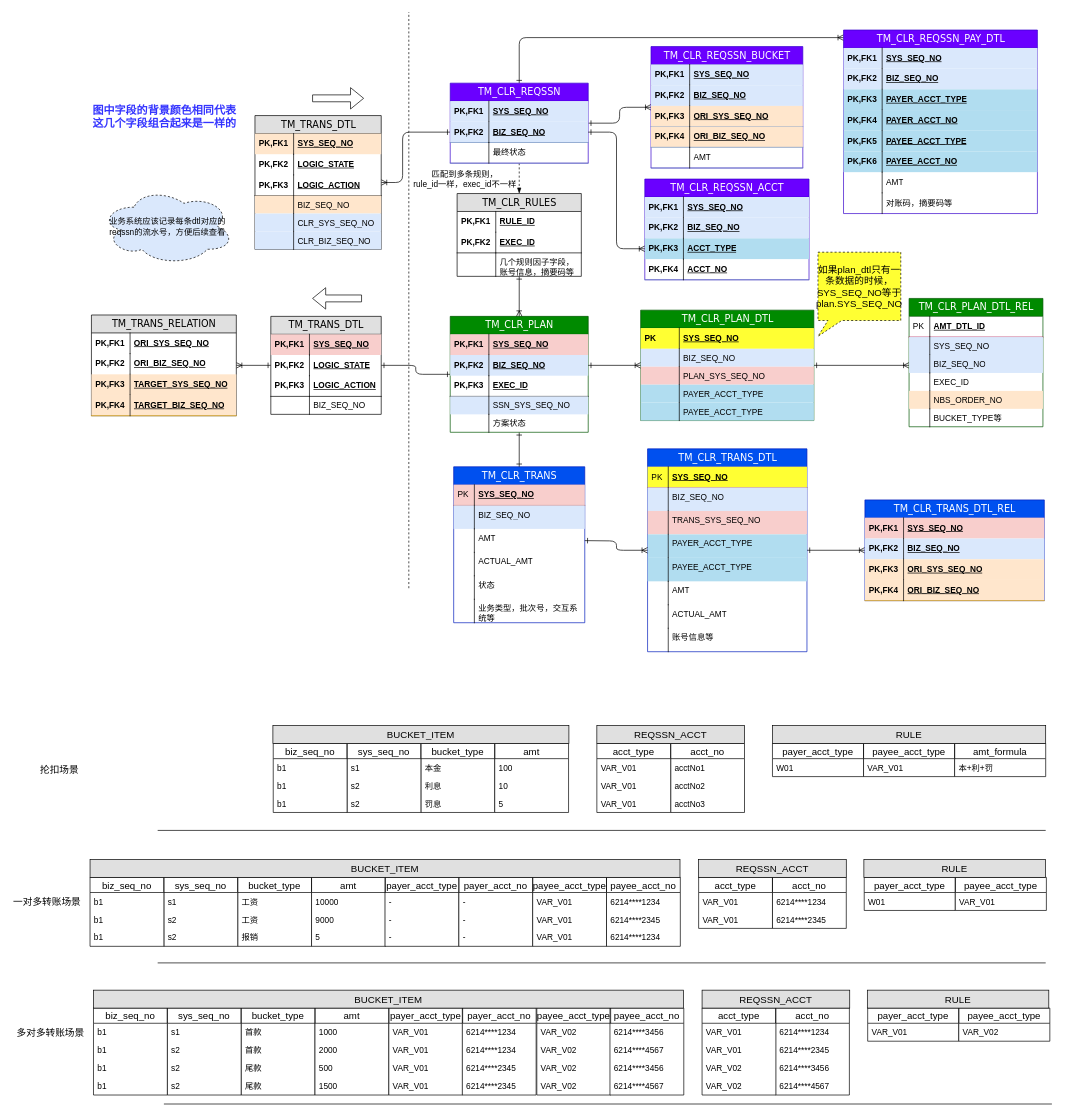
staconfree/design keeps this draw.io diagram as 清算引擎数据结构图.drawio. Above is the earlier version. Source tidied: cells renumbered, new cells numbered last; positions are measured from the earlier drawing's top-left corner, leaving out a move shared by most shapes. Both pictures are drawn from the tidied source at 69%, with x=0, y=0 at pixel (11, 12).
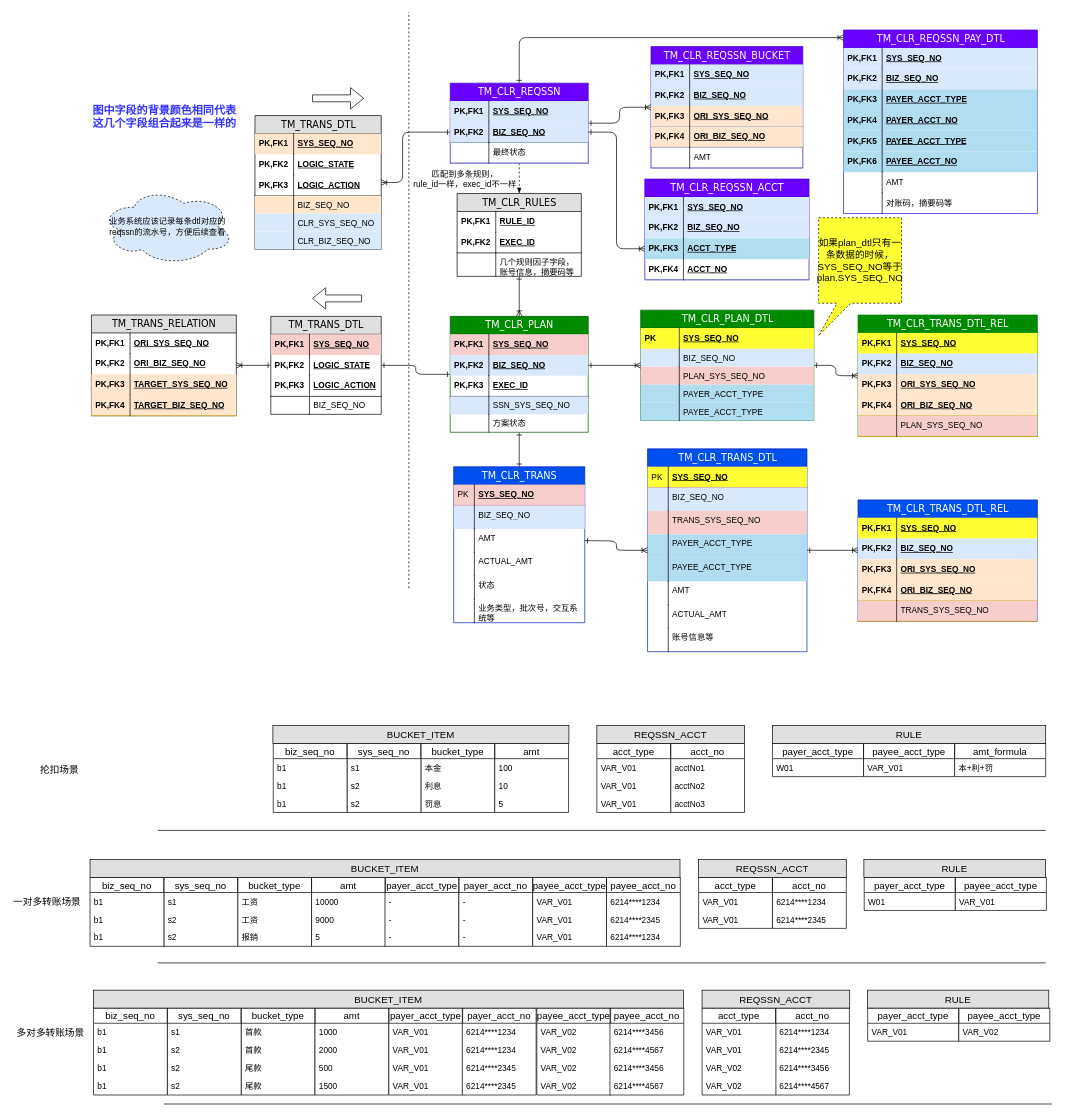
The same page after the edit.

Commit message (it also covers changes not shown here):
更新清算引擎数据结构图.drawio

Unchanged cells that the change refers to:
```xml
<mxCell id="129" value="TM_CLR_PLAN_DTL" style="swimlane;html=1;fontStyle=0;horizontal=1;startSize=26;fillColor=#008a00;swimlaneFillColor=#ffffff;align=center;rounded=0;shadow=0;comic=0;labelBackgroundColor=none;strokeColor=#005700;strokeWidth=1;fontFamily=Verdana;fontSize=14;fontColor=#ffffff;" parent="1" vertex="1">
  <mxGeometry x="912" y="432" width="251" height="160" as="geometry" />
</mxCell>
```

The edit, as a diff of the source:
```diff
@@
-    <mxCell id="42" style="edgeStyle=orthogonalEdgeStyle;rounded=1;jettySize=auto;html=1;startArrow=ERone;startFill=0;endArrow=ERoneToMany;endFill=0;" parent="1" edge="1" source="129" target="106">
-      <mxGeometry relative="1" as="geometry">
-        <Array as="points">
-          <mxPoint x="977" y="508" />
-        </Array>
-      </mxGeometry>
+    <mxCell id="42" style="edgeStyle=orthogonalEdgeStyle;rounded=1;jettySize=auto;html=1;startArrow=ERone;startFill=0;endArrow=ERoneToMany;endFill=0;" parent="1" edge="1" source="129" target="321">
+      <mxGeometry relative="1" as="geometry" />
     </mxCell>
@@
     <mxCell id="97" value="&lt;div&gt;TM_CLR_TRANS_DTL_REL&lt;/div&gt;" style="swimlane;html=1;fontStyle=0;horizontal=1;startSize=26;fillColor=#0050ef;swimlaneFillColor=#ffffff;align=center;rounded=0;shadow=0;comic=0;labelBackgroundColor=none;strokeColor=#001DBC;strokeWidth=1;fontFamily=Verdana;fontSize=14;fontColor=#ffffff;" parent="1" vertex="1">
-      <mxGeometry x="1237" y="707" width="260" height="146" as="geometry" />
+      <mxGeometry x="1227" y="707" width="260" height="176" as="geometry" />
     </mxCell>
-    <mxCell id="98" value="SYS_SEQ_NO" style="shape=partialRectangle;top=0;left=0;right=0;bottom=0;html=1;align=left;verticalAlign=middle;fillColor=#F8CECC;spacingLeft=60;spacingRight=4;whiteSpace=wrap;overflow=hidden;fontStyle=5;strokeColor=#b85450;" parent="97" vertex="1">
+    <mxCell id="98" value="SYS_SEQ_NO" style="shape=partialRectangle;top=0;left=0;right=0;bottom=0;html=1;align=left;verticalAlign=middle;fillColor=#FFFF33;spacingLeft=60;spacingRight=4;whiteSpace=wrap;overflow=hidden;fontStyle=5;strokeColor=#b85450;" parent="97" vertex="1">
       <mxGeometry y="26" width="260" height="30" as="geometry" />
     </mxCell>
@@
-    <mxCell id="106" value="TM_CLR_PLAN_DTL_REL" style="swimlane;html=1;fontStyle=0;horizontal=1;startSize=26;fillColor=#008a00;swimlaneFillColor=#ffffff;align=center;rounded=0;shadow=0;comic=0;labelBackgroundColor=none;strokeColor=#005700;strokeWidth=1;fontFamily=Verdana;fontSize=14;swimlaneLine=1;fontColor=#ffffff;" parent="1" vertex="1">
-      <mxGeometry x="1301" y="415" width="194" height="186" as="geometry" />
-    </mxCell>
-    <mxCell id="107" value="AMT_DTL_ID" style="shape=partialRectangle;top=0;left=0;right=0;bottom=1;html=1;align=left;verticalAlign=middle;fillColor=none;spacingLeft=34;spacingRight=4;whiteSpace=wrap;overflow=hidden;fontStyle=5;strokeColor=#A50040;fontColor=#000000;" parent="106" vertex="1">
-      <mxGeometry y="26" width="194" height="30" as="geometry" />
-    </mxCell>
-    <mxCell id="108" value="PK" style="shape=partialRectangle;top=0;left=0;bottom=0;html=1;fillColor=none;align=left;verticalAlign=middle;spacingLeft=4;spacingRight=4;whiteSpace=wrap;overflow=hidden;" parent="107" vertex="1">
-      <mxGeometry width="30" height="30" as="geometry" />
-    </mxCell>
-    <mxCell id="109" value="SYS_SEQ_NO" style="shape=partialRectangle;top=0;left=0;right=0;bottom=0;html=1;align=left;verticalAlign=top;fillColor=#DAE8FC;spacingLeft=34;spacingRight=4;whiteSpace=wrap;overflow=hidden;" parent="106" vertex="1">
-      <mxGeometry y="56" width="194" height="26" as="geometry" />
-    </mxCell>
-    <mxCell id="110" style="shape=partialRectangle;top=0;left=0;bottom=0;html=1;fillColor=none;align=left;verticalAlign=top;spacingLeft=4;spacingRight=4;whiteSpace=wrap;overflow=hidden;" parent="109" vertex="1">
-      <mxGeometry width="30" height="26" as="geometry" />
-    </mxCell>
-    <mxCell id="111" value="BIZ_SEQ_NO" style="shape=partialRectangle;top=0;left=0;right=0;bottom=0;html=1;align=left;verticalAlign=top;fillColor=#DAE8FC;spacingLeft=34;spacingRight=4;whiteSpace=wrap;overflow=hidden;" parent="106" vertex="1">
-      <mxGeometry y="82" width="194" height="26" as="geometry" />
-    </mxCell>
-    <mxCell id="112" style="shape=partialRectangle;top=0;left=0;bottom=0;html=1;fillColor=none;align=left;verticalAlign=top;spacingLeft=4;spacingRight=4;whiteSpace=wrap;overflow=hidden;" parent="111" vertex="1">
-      <mxGeometry width="30" height="26" as="geometry" />
-    </mxCell>
-    <mxCell id="113" value="EXEC_ID" style="shape=partialRectangle;top=0;left=0;right=0;bottom=0;html=1;align=left;verticalAlign=top;fillColor=none;spacingLeft=34;spacingRight=4;whiteSpace=wrap;overflow=hidden;" parent="106" vertex="1">
-      <mxGeometry y="108" width="194" height="26" as="geometry" />
-    </mxCell>
-    <mxCell id="114" style="shape=partialRectangle;top=0;left=0;bottom=0;html=1;fillColor=none;align=left;verticalAlign=top;spacingLeft=4;spacingRight=4;whiteSpace=wrap;overflow=hidden;" parent="113" vertex="1">
-      <mxGeometry width="30" height="26" as="geometry" />
-    </mxCell>
-    <mxCell id="115" value="NBS_ORDER_NO" style="shape=partialRectangle;top=0;left=0;right=0;bottom=0;html=1;align=left;verticalAlign=top;fillColor=#FFE6CC;spacingLeft=34;spacingRight=4;whiteSpace=wrap;overflow=hidden;fontColor=#000000;" parent="106" vertex="1">
-      <mxGeometry y="134" width="194" height="26" as="geometry" />
-    </mxCell>
-    <mxCell id="116" style="shape=partialRectangle;top=0;left=0;bottom=0;html=1;fillColor=none;align=left;verticalAlign=top;spacingLeft=4;spacingRight=4;whiteSpace=wrap;overflow=hidden;" parent="115" vertex="1">
-      <mxGeometry width="30" height="26" as="geometry" />
-    </mxCell>
-    <mxCell id="117" value="BUCKET_TYPE等" style="shape=partialRectangle;top=0;left=0;right=0;bottom=0;html=1;align=left;verticalAlign=top;fillColor=none;spacingLeft=34;spacingRight=4;whiteSpace=wrap;overflow=hidden;" parent="106" vertex="1">
-      <mxGeometry y="160" width="194" height="26" as="geometry" />
-    </mxCell>
-    <mxCell id="118" style="shape=partialRectangle;top=0;left=0;bottom=0;html=1;fillColor=none;align=left;verticalAlign=top;spacingLeft=4;spacingRight=4;whiteSpace=wrap;overflow=hidden;" parent="117" vertex="1">
-      <mxGeometry width="30" height="26" as="geometry" />
-    </mxCell>
+    <mxCell id="319" value="&lt;div&gt;TRANS_SYS_SEQ_NO&lt;/div&gt;" style="shape=partialRectangle;top=0;left=0;right=0;bottom=1;html=1;align=left;verticalAlign=middle;fillColor=#F8CECC;spacingLeft=60;spacingRight=4;whiteSpace=wrap;overflow=hidden;fontStyle=0;strokeColor=#d79b00;" parent="97" vertex="1">
+      <mxGeometry y="146" width="260" height="30" as="geometry" />
+    </mxCell>
+    <mxCell id="320" style="shape=partialRectangle;fontStyle=1;top=0;left=0;bottom=0;html=1;fillColor=none;align=left;verticalAlign=middle;spacingLeft=4;spacingRight=4;whiteSpace=wrap;overflow=hidden;" parent="319" vertex="1">
+      <mxGeometry width="56" height="30" as="geometry" />
+    </mxCell>
@@
-    <mxCell id="318" value="如果plan_dtl只有一条数据的时候，SYS_SEQ_NO等于plan.SYS_SEQ_NO" style="shape=callout;whiteSpace=wrap;html=1;perimeter=calloutPerimeter;fillColor=#FFFF33;fontSize=14;size=23;position=0.12;position2=0;dashed=1;" parent="1" vertex="1">
-      <mxGeometry x="1169" y="348" width="120" height="122" as="geometry" />
+    <mxCell id="318" value="如果plan_dtl只有一条数据的时候，SYS_SEQ_NO等于plan.SYS_SEQ_NO" style="shape=callout;whiteSpace=wrap;html=1;perimeter=calloutPerimeter;fillColor=#FFFF33;fontSize=14;size=47;position=0.22;position2=0;dashed=1;" parent="1" vertex="1">
+      <mxGeometry x="1170" y="298" width="120" height="171" as="geometry" />
     </mxCell>
+    <mxCell id="321" value="&lt;div&gt;TM_CLR_TRANS_DTL_REL&lt;/div&gt;" style="swimlane;html=1;fontStyle=0;horizontal=1;startSize=26;fillColor=#008A00;swimlaneFillColor=#ffffff;align=center;rounded=0;shadow=0;comic=0;labelBackgroundColor=none;strokeColor=#008A00;strokeWidth=1;fontFamily=Verdana;fontSize=14;fontColor=#ffffff;" parent="1" vertex="1">
+      <mxGeometry x="1227" y="439" width="260" height="176" as="geometry" />
+    </mxCell>
+    <mxCell id="109" value="SYS_SEQ_NO" style="shape=partialRectangle;top=0;left=0;right=0;bottom=0;html=1;align=left;verticalAlign=middle;fillColor=#FFFF33;spacingLeft=60;spacingRight=4;whiteSpace=wrap;overflow=hidden;fontStyle=5;strokeColor=#b85450;" parent="321" vertex="1">
+      <mxGeometry y="26" width="260" height="30" as="geometry" />
+    </mxCell>
+    <mxCell id="322" value="PK,FK1" style="shape=partialRectangle;fontStyle=1;top=0;left=0;bottom=0;html=1;fillColor=none;align=left;verticalAlign=middle;spacingLeft=4;spacingRight=4;whiteSpace=wrap;overflow=hidden;" parent="109" vertex="1">
+      <mxGeometry width="56" height="30" as="geometry" />
+    </mxCell>
+    <mxCell id="111" value="BIZ_SEQ_NO" style="shape=partialRectangle;top=0;left=0;right=0;bottom=0;html=1;align=left;verticalAlign=middle;fillColor=#DAE8FC;spacingLeft=60;spacingRight=4;whiteSpace=wrap;overflow=hidden;fontStyle=5;" parent="321" vertex="1">
+      <mxGeometry y="56" width="260" height="30" as="geometry" />
+    </mxCell>
+    <mxCell id="323" value="PK,FK2" style="shape=partialRectangle;fontStyle=1;top=0;left=0;bottom=0;html=1;fillColor=none;align=left;verticalAlign=middle;spacingLeft=4;spacingRight=4;whiteSpace=wrap;overflow=hidden;" parent="111" vertex="1">
+      <mxGeometry width="56" height="30" as="geometry" />
+    </mxCell>
+    <mxCell id="324" value="ORI_SYS_SEQ_NO" style="shape=partialRectangle;top=0;left=0;right=0;bottom=0;html=1;align=left;verticalAlign=middle;fillColor=#ffe6cc;spacingLeft=60;spacingRight=4;whiteSpace=wrap;overflow=hidden;fontStyle=5;strokeColor=#d79b00;" parent="321" vertex="1">
+      <mxGeometry y="86" width="260" height="30" as="geometry" />
+    </mxCell>
+    <mxCell id="325" value="PK,FK3" style="shape=partialRectangle;fontStyle=1;top=0;left=0;bottom=0;html=1;fillColor=none;align=left;verticalAlign=middle;spacingLeft=4;spacingRight=4;whiteSpace=wrap;overflow=hidden;" parent="324" vertex="1">
+      <mxGeometry width="56" height="30" as="geometry" />
+    </mxCell>
+    <mxCell id="326" value="ORI_BIZ_SEQ_NO" style="shape=partialRectangle;top=0;left=0;right=0;bottom=1;html=1;align=left;verticalAlign=middle;fillColor=#ffe6cc;spacingLeft=60;spacingRight=4;whiteSpace=wrap;overflow=hidden;fontStyle=5;strokeColor=#d79b00;" parent="321" vertex="1">
+      <mxGeometry y="116" width="260" height="30" as="geometry" />
+    </mxCell>
+    <mxCell id="327" value="PK,FK4" style="shape=partialRectangle;fontStyle=1;top=0;left=0;bottom=0;html=1;fillColor=none;align=left;verticalAlign=middle;spacingLeft=4;spacingRight=4;whiteSpace=wrap;overflow=hidden;" parent="326" vertex="1">
+      <mxGeometry width="56" height="30" as="geometry" />
+    </mxCell>
+    <mxCell id="328" value="PLAN_SYS_SEQ_NO" style="shape=partialRectangle;top=0;left=0;right=0;bottom=1;html=1;align=left;verticalAlign=middle;fillColor=#F8CECC;spacingLeft=60;spacingRight=4;whiteSpace=wrap;overflow=hidden;fontStyle=0;strokeColor=#d79b00;" parent="321" vertex="1">
+      <mxGeometry y="146" width="260" height="30" as="geometry" />
+    </mxCell>
+    <mxCell id="329" style="shape=partialRectangle;fontStyle=1;top=0;left=0;bottom=0;html=1;fillColor=none;align=left;verticalAlign=middle;spacingLeft=4;spacingRight=4;whiteSpace=wrap;overflow=hidden;" parent="328" vertex="1">
+      <mxGeometry width="56" height="30" as="geometry" />
+    </mxCell>
```
